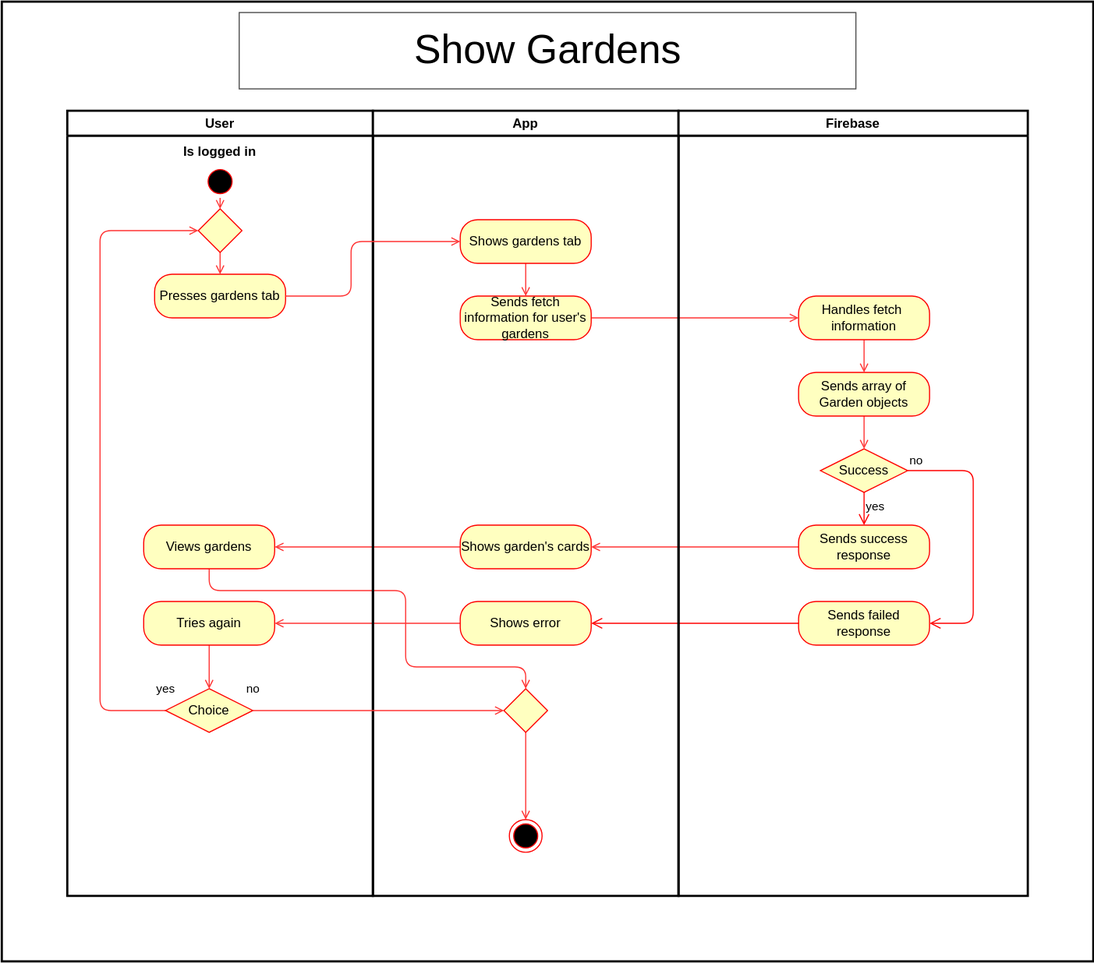
This is docs/assets/svg/useCaseDiagrams/showGardens.drawio.svg from Green-Fingers-App/gardeningApp, a draw.io export, as it was before one commit. Source tidied: cells renumbered, new cells last; positions are measured from the earlier drawing's top-left corner, leaving out a move shared by most shapes.
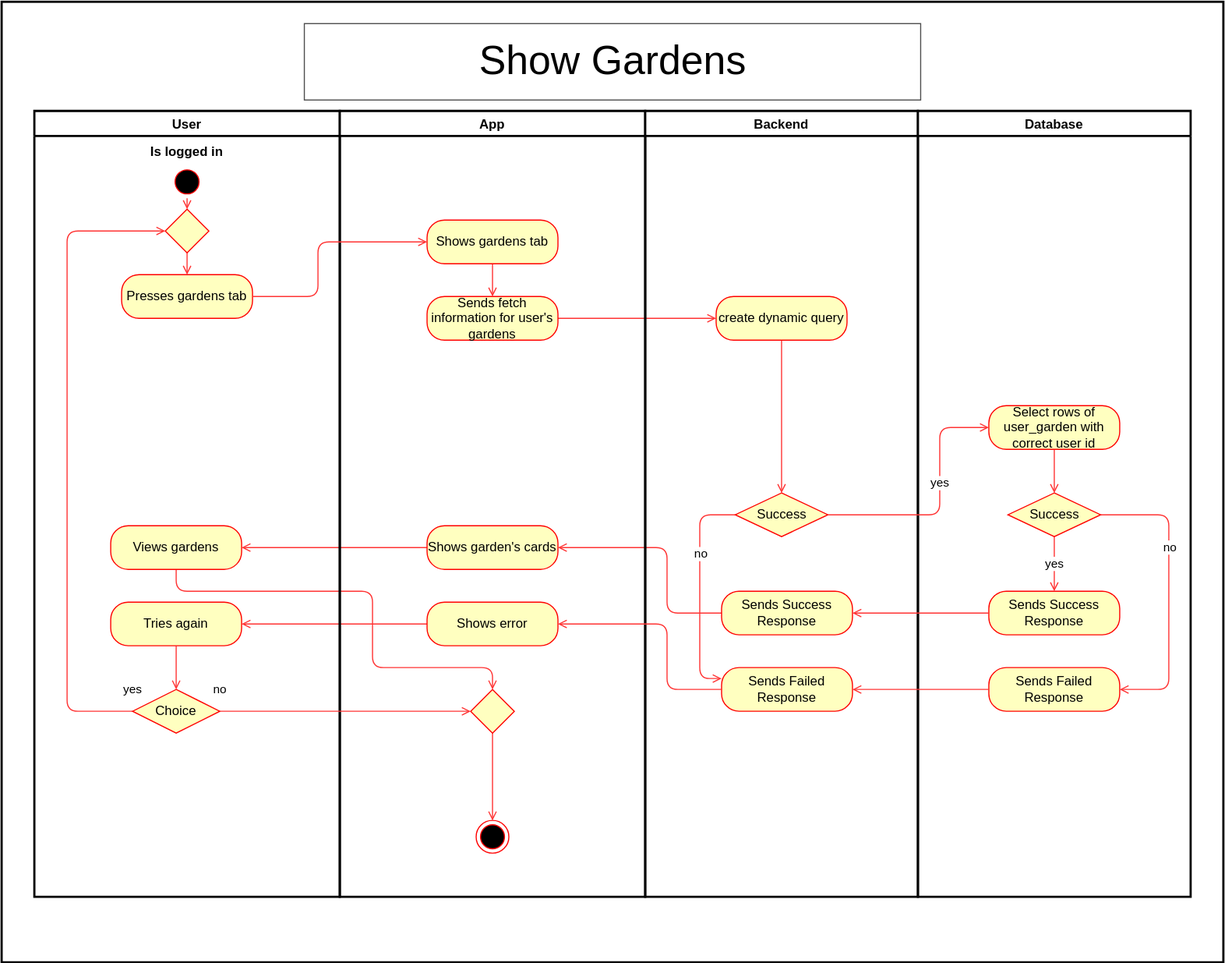
Later version of the same file.

The edit, as a diff of the source:
```diff
@@ -3,39 +3,14 @@
     <mxCell id="0" />
     <mxCell id="1" parent="0" />
     <mxCell id="2" style="whiteSpace=wrap;html=1;fillColor=#FFFFFF;strokeColor=#000000;strokeWidth=2;" parent="1" vertex="1">
-      <mxGeometry width="1000" height="880" as="geometry" />
+      <mxGeometry x="30" width="1120" height="880" as="geometry" />
     </mxCell>
     <mxCell id="3" value="&lt;font style=&quot;background-color: rgb(255, 255, 255); font-size: 37px;&quot; color=&quot;#000000&quot;&gt;Show Gardens&lt;/font&gt;" style="rounded=0;whiteSpace=wrap;html=1;fillColor=#FFFFFF;strokeColor=#4D4D4D;" parent="1" vertex="1">
-      <mxGeometry x="217.5" y="10" width="565" height="70" as="geometry" />
+      <mxGeometry x="307.5" y="20" width="565" height="70" as="geometry" />
     </mxCell>
-    <mxCell id="4" style="edgeStyle=none;html=1;strokeColor=#FF3333;endArrow=open;endFill=0;" parent="1" edge="1" source="5" target="38">
-      <mxGeometry relative="1" as="geometry" />
-    </mxCell>
-    <mxCell id="5" value="Handles fetch&amp;nbsp; information" style="rounded=1;whiteSpace=wrap;html=1;arcSize=40;fontColor=#000000;fillColor=#ffffc0;strokeColor=#ff0000;" parent="1" vertex="1">
-      <mxGeometry x="730" y="270" width="120" height="40" as="geometry" />
-    </mxCell>
-    <mxCell id="6" style="edgeStyle=none;html=1;strokeColor=#FF3333;endArrow=open;endFill=0;" parent="1" edge="1" source="32" target="5">
+    <mxCell id="6" style="edgeStyle=none;html=1;strokeColor=#FF3333;endArrow=open;endFill=0;entryX=0;entryY=0.5;entryDx=0;entryDy=0;" parent="1" edge="1" source="32" target="45">
       <mxGeometry relative="1" as="geometry" />
     </mxCell>
-    <mxCell id="7" value="no" style="edgeStyle=orthogonalEdgeStyle;html=1;align=left;verticalAlign=bottom;endArrow=open;endSize=8;strokeColor=#ff0000;entryX=1;entryY=0.5;entryDx=0;entryDy=0;" parent="1" edge="1" source="39" target="9">
-      <mxGeometry x="-1" relative="1" as="geometry">
-        <Array as="points">
-          <mxPoint x="890" y="430" />
-          <mxPoint x="890" y="570" />
-        </Array>
-      </mxGeometry>
-    </mxCell>
-    <mxCell id="8" value="yes" style="edgeStyle=orthogonalEdgeStyle;html=1;align=left;verticalAlign=top;endArrow=open;endSize=8;strokeColor=#ff0000;" parent="1" edge="1" source="39">
-      <mxGeometry x="-1" relative="1" as="geometry">
-        <mxPoint x="790" y="480" as="targetPoint" />
-      </mxGeometry>
-    </mxCell>
-    <mxCell id="9" value="Sends failed response" style="rounded=1;whiteSpace=wrap;html=1;arcSize=40;fontColor=#000000;fillColor=#ffffc0;strokeColor=#ff0000;" parent="1" vertex="1">
-      <mxGeometry x="730" y="550" width="120" height="40" as="geometry" />
-    </mxCell>
-    <mxCell id="10" style="edgeStyle=orthogonalEdgeStyle;html=1;verticalAlign=bottom;endArrow=open;endSize=8;strokeColor=#ff0000;entryX=1;entryY=0.5;entryDx=0;entryDy=0;" parent="1" edge="1" source="9" target="12">
-      <mxGeometry relative="1" as="geometry" />
-    </mxCell>
     <mxCell id="11" style="edgeStyle=none;html=1;entryX=1;entryY=0.5;entryDx=0;entryDy=0;strokeColor=#FF3333;endArrow=open;endFill=0;" parent="1" edge="1" source="12" target="19">
       <mxGeometry relative="1" as="geometry" />
     </mxCell>
@@ -48,8 +23,13 @@
     <mxCell id="14" value="Shows garden's cards" style="rounded=1;whiteSpace=wrap;html=1;arcSize=40;fontColor=#000000;fillColor=#ffffc0;strokeColor=#ff0000;" parent="1" vertex="1">
       <mxGeometry x="420" y="480" width="120" height="40" as="geometry" />
     </mxCell>
-    <mxCell id="15" style="edgeStyle=none;html=1;entryX=1;entryY=0.5;entryDx=0;entryDy=0;strokeColor=#FF3333;endArrow=open;endFill=0;" parent="1" edge="1" source="40" target="14">
-      <mxGeometry relative="1" as="geometry" />
+    <mxCell id="15" style="edgeStyle=none;html=1;entryX=1;entryY=0.5;entryDx=0;entryDy=0;strokeColor=#FF3333;endArrow=open;endFill=0;exitX=0;exitY=0.5;exitDx=0;exitDy=0;" parent="1" edge="1" source="46" target="14">
+      <mxGeometry relative="1" as="geometry">
+        <Array as="points">
+          <mxPoint x="640" y="560" />
+          <mxPoint x="640" y="500" />
+        </Array>
+      </mxGeometry>
     </mxCell>
     <mxCell id="16" style="edgeStyle=none;html=1;entryX=0;entryY=0.5;entryDx=0;entryDy=0;strokeColor=#FF3333;endArrow=open;endFill=0;" parent="1" edge="1" source="17" target="34">
       <mxGeometry relative="1" as="geometry">
@@ -123,21 +103,6 @@
     <mxCell id="35" style="ellipse;html=1;shape=endState;fillColor=#000000;strokeColor=#ff0000;" parent="29" vertex="1">
       <mxGeometry x="125" y="650" width="30" height="30" as="geometry" />
     </mxCell>
-    <mxCell id="36" value="Firebase" style="swimlane;strokeColor=#000000;strokeWidth=2;fillColor=#FFFFFF;fontColor=#000000;" parent="1" vertex="1">
-      <mxGeometry x="620" y="100" width="320" height="720" as="geometry" />
-    </mxCell>
-    <mxCell id="37" style="edgeStyle=none;html=1;strokeColor=#FF3333;endArrow=open;endFill=0;" parent="36" edge="1" source="38" target="39">
-      <mxGeometry relative="1" as="geometry" />
-    </mxCell>
-    <mxCell id="38" value="Sends array of Garden objects" style="rounded=1;whiteSpace=wrap;html=1;arcSize=40;fontColor=#000000;fillColor=#ffffc0;strokeColor=#ff0000;" parent="36" vertex="1">
-      <mxGeometry x="110" y="240" width="120" height="40" as="geometry" />
-    </mxCell>
-    <mxCell id="39" value="Success" style="rhombus;whiteSpace=wrap;html=1;fillColor=#ffffc0;strokeColor=#ff0000;" parent="36" vertex="1">
-      <mxGeometry x="130" y="310" width="80" height="40" as="geometry" />
-    </mxCell>
-    <mxCell id="40" value="Sends success response" style="rounded=1;whiteSpace=wrap;html=1;arcSize=40;fontColor=#000000;fillColor=#ffffc0;strokeColor=#ff0000;" parent="36" vertex="1">
-      <mxGeometry x="110" y="380" width="120" height="40" as="geometry" />
-    </mxCell>
     <mxCell id="41" style="edgeStyle=none;html=1;strokeColor=#FF3333;endArrow=open;endFill=0;" parent="1" edge="1" source="25" target="31">
       <mxGeometry relative="1" as="geometry">
         <Array as="points">
@@ -149,5 +114,93 @@
     <mxCell id="42" value="no" style="edgeStyle=none;html=1;entryX=0.5;entryY=1;entryDx=0;entryDy=0;strokeColor=#FF3333;endArrow=open;endFill=0;" parent="1" edge="1" source="28" target="34">
       <mxGeometry x="-1" y="20" relative="1" as="geometry" />
     </mxCell>
+    <mxCell id="43" value="Backend" style="swimlane;strokeColor=#050505;fillColor=#FFFFFF;fontColor=#050505;strokeWidth=2;" parent="1" vertex="1">
+      <mxGeometry x="620" y="100" width="250" height="720" as="geometry" />
+    </mxCell>
+    <mxCell id="44" style="edgeStyle=none;html=1;strokeColor=#FF3333;rounded=1;curved=0;endArrow=open;endFill=0;" parent="43" edge="1" source="45" target="50">
+      <mxGeometry relative="1" as="geometry" />
+    </mxCell>
+    <mxCell id="45" value="create dynamic query" style="rounded=1;whiteSpace=wrap;html=1;arcSize=40;fontColor=#000000;fillColor=#ffffc0;strokeColor=#ff0000;" parent="43" vertex="1">
+      <mxGeometry x="65" y="170" width="120" height="40" as="geometry" />
+    </mxCell>
+    <mxCell id="46" value="Sends Success Response" style="rounded=1;whiteSpace=wrap;html=1;arcSize=40;fontColor=#000000;fillColor=#ffffc0;strokeColor=#ff0000;" parent="43" vertex="1">
+      <mxGeometry x="70" y="440" width="120" height="40" as="geometry" />
+    </mxCell>
+    <mxCell id="47" value="Sends Failed Response" style="rounded=1;whiteSpace=wrap;html=1;arcSize=40;fontColor=#000000;fillColor=#ffffc0;strokeColor=#ff0000;" parent="43" vertex="1">
+      <mxGeometry x="70" y="510" width="120" height="40" as="geometry" />
+    </mxCell>
+    <mxCell id="48" style="edgeStyle=none;html=1;entryX=0;entryY=0.25;entryDx=0;entryDy=0;strokeColor=#FF3333;endArrow=open;endFill=0;" parent="43" edge="1" source="50" target="47">
+      <mxGeometry relative="1" as="geometry">
+        <Array as="points">
+          <mxPoint x="50" y="370" />
+          <mxPoint x="50" y="520" />
+        </Array>
+      </mxGeometry>
+    </mxCell>
+    <mxCell id="49" value="no" style="edgeLabel;html=1;align=center;verticalAlign=middle;" parent="48" vertex="1">
+      <mxGeometry x="-0.34" relative="1" as="geometry">
+        <mxPoint y="1" as="offset" />
+      </mxGeometry>
+    </mxCell>
+    <mxCell id="50" value="Success" style="rhombus;whiteSpace=wrap;html=1;fillColor=#ffffc0;strokeColor=#ff0000;" parent="43" vertex="1">
+      <mxGeometry x="82.5" y="350" width="85" height="40" as="geometry" />
+    </mxCell>
+    <mxCell id="51" value="Database" style="swimlane;strokeColor=#050505;fillColor=#FFFFFF;fontColor=#050505;strokeWidth=2;" parent="1" vertex="1">
+      <mxGeometry x="870" y="100" width="250" height="720" as="geometry" />
+    </mxCell>
+    <mxCell id="52" style="edgeStyle=none;html=1;entryX=0.5;entryY=0;entryDx=0;entryDy=0;strokeColor=#FF3333;endArrow=open;endFill=0;" parent="51" edge="1" source="53" target="59">
+      <mxGeometry relative="1" as="geometry" />
+    </mxCell>
+    <mxCell id="53" value="Select rows of user_garden with correct user id" style="rounded=1;whiteSpace=wrap;html=1;arcSize=40;fontColor=#000000;fillColor=#ffffc0;strokeColor=#ff0000;" parent="51" vertex="1">
+      <mxGeometry x="65" y="270" width="120" height="40" as="geometry" />
+    </mxCell>
+    <mxCell id="54" value="Sends Success Response" style="rounded=1;whiteSpace=wrap;html=1;arcSize=40;fontColor=#000000;fillColor=#ffffc0;strokeColor=#ff0000;" parent="51" vertex="1">
+      <mxGeometry x="65" y="440" width="120" height="40" as="geometry" />
+    </mxCell>
+    <mxCell id="55" value="Sends Failed Response" style="rounded=1;whiteSpace=wrap;html=1;arcSize=40;fontColor=#000000;fillColor=#ffffc0;strokeColor=#ff0000;" parent="51" vertex="1">
+      <mxGeometry x="65" y="510" width="120" height="40" as="geometry" />
+    </mxCell>
+    <mxCell id="56" value="yes" style="edgeStyle=none;html=1;entryX=0.5;entryY=0;entryDx=0;entryDy=0;exitX=0.5;exitY=1;exitDx=0;exitDy=0;strokeColor=#FF3333;endArrow=open;endFill=0;" parent="51" edge="1" source="59" target="54">
+      <mxGeometry relative="1" as="geometry" />
+    </mxCell>
+    <mxCell id="57" style="edgeStyle=none;html=1;entryX=1;entryY=0.5;entryDx=0;entryDy=0;strokeColor=#FF3333;endArrow=open;endFill=0;" parent="51" edge="1" source="59" target="55">
+      <mxGeometry relative="1" as="geometry">
+        <Array as="points">
+          <mxPoint x="230" y="370" />
+          <mxPoint x="230" y="530" />
+        </Array>
+      </mxGeometry>
+    </mxCell>
+    <mxCell id="58" value="no" style="edgeLabel;html=1;align=center;verticalAlign=middle;" parent="57" vertex="1">
+      <mxGeometry x="-0.31" relative="1" as="geometry" />
+    </mxCell>
+    <mxCell id="59" value="Success" style="rhombus;whiteSpace=wrap;html=1;fillColor=#ffffc0;strokeColor=#ff0000;" parent="51" vertex="1">
+      <mxGeometry x="82.5" y="350" width="85" height="40" as="geometry" />
+    </mxCell>
+    <mxCell id="60" style="edgeStyle=none;html=1;entryX=0;entryY=0.5;entryDx=0;entryDy=0;strokeColor=#FF3333;endArrow=open;endFill=0;" parent="1" edge="1" source="50" target="53">
+      <mxGeometry relative="1" as="geometry">
+        <Array as="points">
+          <mxPoint x="890" y="470" />
+          <mxPoint x="890" y="390" />
+        </Array>
+      </mxGeometry>
+    </mxCell>
+    <mxCell id="61" value="yes" style="edgeLabel;html=1;align=center;verticalAlign=middle;" parent="60" vertex="1">
+      <mxGeometry x="0.16" y="1" relative="1" as="geometry" />
+    </mxCell>
+    <mxCell id="62" style="edgeStyle=none;html=1;strokeColor=#FF3333;endArrow=open;endFill=0;" parent="1" edge="1" source="54" target="46">
+      <mxGeometry relative="1" as="geometry" />
+    </mxCell>
+    <mxCell id="63" style="edgeStyle=none;html=1;entryX=1;entryY=0.5;entryDx=0;entryDy=0;strokeColor=#FF3333;endArrow=open;endFill=0;" parent="1" edge="1" source="55" target="47">
+      <mxGeometry relative="1" as="geometry" />
+    </mxCell>
+    <mxCell id="64" style="edgeStyle=none;html=1;entryX=1;entryY=0.5;entryDx=0;entryDy=0;strokeColor=#FF3333;endArrow=open;endFill=0;" parent="1" edge="1" source="47" target="12">
+      <mxGeometry relative="1" as="geometry">
+        <Array as="points">
+          <mxPoint x="640" y="630" />
+          <mxPoint x="640" y="570" />
+        </Array>
+      </mxGeometry>
+    </mxCell>
   </root>
 </mxGraphModel>
```
